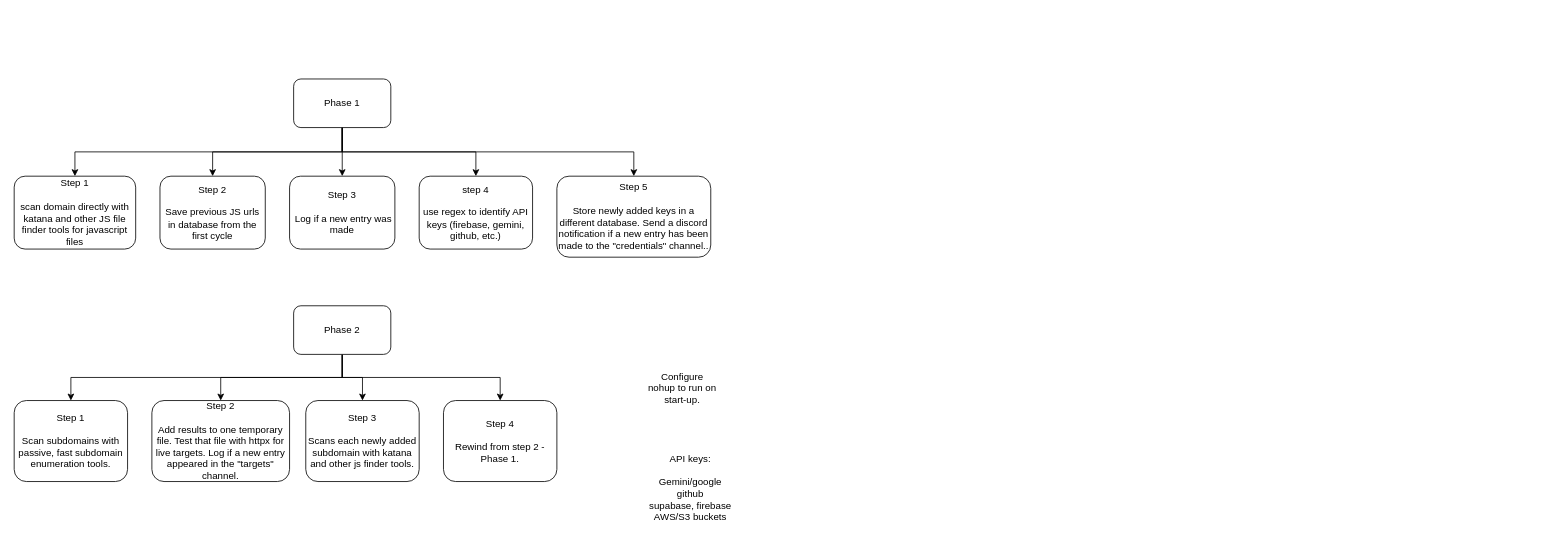
The draw.io diagram secretNotifyer.drawio in 2lazyyy/BountySheriff, before the edit. Source tidied: cells renumbered, new cells numbered last; positions are measured from the earlier drawing's top-left corner, leaving out a move shared by most shapes. Both pictures are drawn from the tidied source at 81%, with x=0, y=0 at pixel (14, 79).
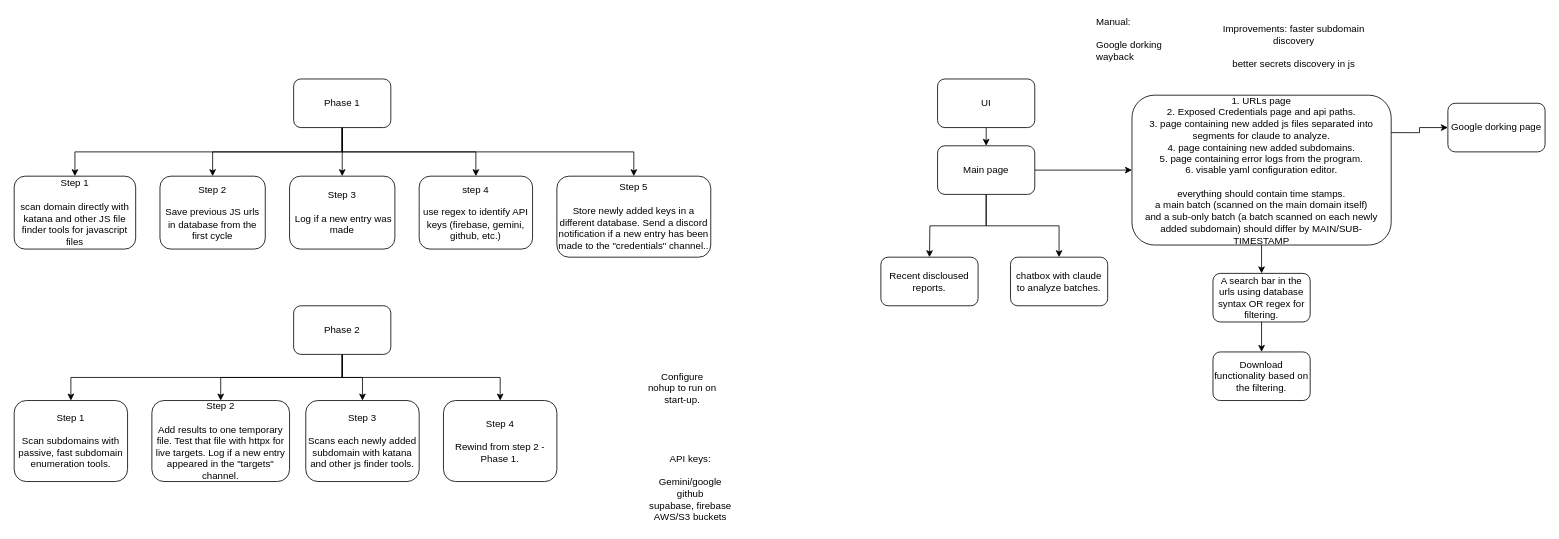
After the change.

Diff of the diagram source:
```diff
@@
+    <mxCell id="24" style="edgeStyle=orthogonalEdgeStyle;rounded=0;jettySize=auto;html=1;exitX=0.5;exitY=1;exitDx=0;exitDy=0;entryX=0.5;entryY=0;entryDx=0;entryDy=0;defaultLabelBackgroundColor=page;" parent="1" edge="1" source="25" target="32">
+      <mxGeometry relative="1" as="geometry" />
+    </mxCell>
+    <mxCell id="25" value="UI" style="rounded=1;whiteSpace=wrap;html=1;roundedPerimeter=1;" parent="1" vertex="1">
+      <mxGeometry x="1140" width="120" height="60" as="geometry" />
+    </mxCell>
+    <mxCell id="26" style="edgeStyle=orthogonalEdgeStyle;rounded=0;jettySize=auto;html=1;exitX=0.5;exitY=1;exitDx=0;exitDy=0;entryX=0.5;entryY=0;entryDx=0;entryDy=0;defaultLabelBackgroundColor=page;" parent="1" edge="1" source="28" target="37">
+      <mxGeometry relative="1" as="geometry" />
+    </mxCell>
+    <mxCell id="27" style="edgeStyle=orthogonalEdgeStyle;rounded=0;jettySize=auto;html=1;exitX=1;exitY=0.25;exitDx=0;exitDy=0;entryX=0;entryY=0.5;entryDx=0;entryDy=0;defaultLabelBackgroundColor=page;" parent="1" edge="1" source="28" target="39">
+      <mxGeometry relative="1" as="geometry" />
+    </mxCell>
+    <mxCell id="28" value="&lt;div&gt;1. URLs page&lt;/div&gt;&lt;div&gt;2. Exposed Credentials page and api paths.&lt;/div&gt;&lt;div&gt;3. page containing new added js files separated into segments for claude to analyze.&lt;/div&gt;&lt;div&gt;4. page containing new added subdomains.&lt;/div&gt;&lt;div&gt;5. page containing error logs from the program.&lt;/div&gt;&lt;div&gt;6. visable yaml configuration editor.&lt;/div&gt;&lt;div&gt;&lt;br&gt;&lt;/div&gt;&lt;div&gt;everything should contain time stamps.&lt;/div&gt;&lt;div&gt;a main batch (scanned on the main domain itself)&lt;/div&gt;&lt;div&gt;and a sub-only batch (a batch scanned on each newly added subdomain) should differ by MAIN/SUB-TIMESTAMP&lt;/div&gt;" style="rounded=1;whiteSpace=wrap;html=1;roundedPerimeter=1;" parent="1" vertex="1">
+      <mxGeometry x="1380" y="20" width="320" height="185" as="geometry" />
+    </mxCell>
+    <mxCell id="29" style="edgeStyle=orthogonalEdgeStyle;rounded=0;jettySize=auto;html=1;exitX=0.5;exitY=1;exitDx=0;exitDy=0;defaultLabelBackgroundColor=page;" parent="1" edge="1" source="32">
+      <mxGeometry relative="1" as="geometry">
+        <mxPoint x="1130" y="220" as="targetPoint" />
+      </mxGeometry>
+    </mxCell>
+    <mxCell id="30" style="edgeStyle=orthogonalEdgeStyle;rounded=0;jettySize=auto;html=1;exitX=0.5;exitY=1;exitDx=0;exitDy=0;entryX=0.5;entryY=0;entryDx=0;entryDy=0;defaultLabelBackgroundColor=page;" parent="1" edge="1" source="32" target="35">
+      <mxGeometry relative="1" as="geometry" />
+    </mxCell>
+    <mxCell id="31" style="edgeStyle=orthogonalEdgeStyle;rounded=0;jettySize=auto;html=1;exitX=1;exitY=0.5;exitDx=0;exitDy=0;entryX=0;entryY=0.5;entryDx=0;entryDy=0;defaultLabelBackgroundColor=page;" parent="1" edge="1" source="32" target="28">
+      <mxGeometry relative="1" as="geometry" />
+    </mxCell>
+    <mxCell id="32" value="Main page" style="rounded=1;whiteSpace=wrap;html=1;roundedPerimeter=1;" parent="1" vertex="1">
+      <mxGeometry x="1140" y="82.5" width="120" height="60" as="geometry" />
+    </mxCell>
+    <mxCell id="33" value="&lt;div&gt;Improvements: faster subdomain discovery&lt;/div&gt;&lt;div&gt;&lt;br&gt;&lt;/div&gt;&lt;div&gt;better secrets discovery in js&lt;/div&gt;" style="text;html=1;whiteSpace=wrap;strokeColor=none;fillColor=none;align=center;verticalAlign=middle;rounded=0;" parent="1" vertex="1">
+      <mxGeometry x="1490" y="-70" width="180" height="60" as="geometry" />
+    </mxCell>
+    <mxCell id="34" value="Recent discloused reports." style="rounded=1;whiteSpace=wrap;html=1;roundedPerimeter=1;" parent="1" vertex="1">
+      <mxGeometry x="1070" y="220" width="120" height="60" as="geometry" />
+    </mxCell>
+    <mxCell id="35" value=" chatbox with claude to analyze batches." style="rounded=1;whiteSpace=wrap;html=1;roundedPerimeter=1;" parent="1" vertex="1">
+      <mxGeometry x="1230" y="220" width="120" height="60" as="geometry" />
+    </mxCell>
+    <mxCell id="36" style="edgeStyle=orthogonalEdgeStyle;rounded=0;jettySize=auto;html=1;exitX=0.5;exitY=1;exitDx=0;exitDy=0;entryX=0.5;entryY=0;entryDx=0;entryDy=0;defaultLabelBackgroundColor=page;" parent="1" edge="1" source="37" target="38">
+      <mxGeometry relative="1" as="geometry" />
+    </mxCell>
+    <mxCell id="37" value="A search bar in the urls using database syntax OR regex for filtering." style="rounded=1;whiteSpace=wrap;html=1;roundedPerimeter=1;" parent="1" vertex="1">
+      <mxGeometry x="1480" y="240" width="120" height="60" as="geometry" />
+    </mxCell>
+    <mxCell id="38" value="Download functionality based on the filtering." style="rounded=1;whiteSpace=wrap;html=1;roundedPerimeter=1;" parent="1" vertex="1">
+      <mxGeometry x="1480" y="337" width="120" height="60" as="geometry" />
+    </mxCell>
+    <mxCell id="39" value="Google dorking page" style="rounded=1;whiteSpace=wrap;html=1;roundedPerimeter=1;" parent="1" vertex="1">
+      <mxGeometry x="1770" y="30" width="120" height="60" as="geometry" />
+    </mxCell>
+    <mxCell id="40" value="Manual:&lt;br&gt;&lt;br&gt;&lt;div&gt;Google dorking&lt;/div&gt;&lt;div&gt;wayback&lt;/div&gt;" style="text;strokeColor=none;fillColor=none;align=left;verticalAlign=middle;spacingLeft=4;spacingRight=4;overflow=hidden;whiteSpace=wrap;html=1;" parent="1" vertex="1">
+      <mxGeometry x="1330" y="-80" width="120" height="60" as="geometry" />
+    </mxCell>
```
